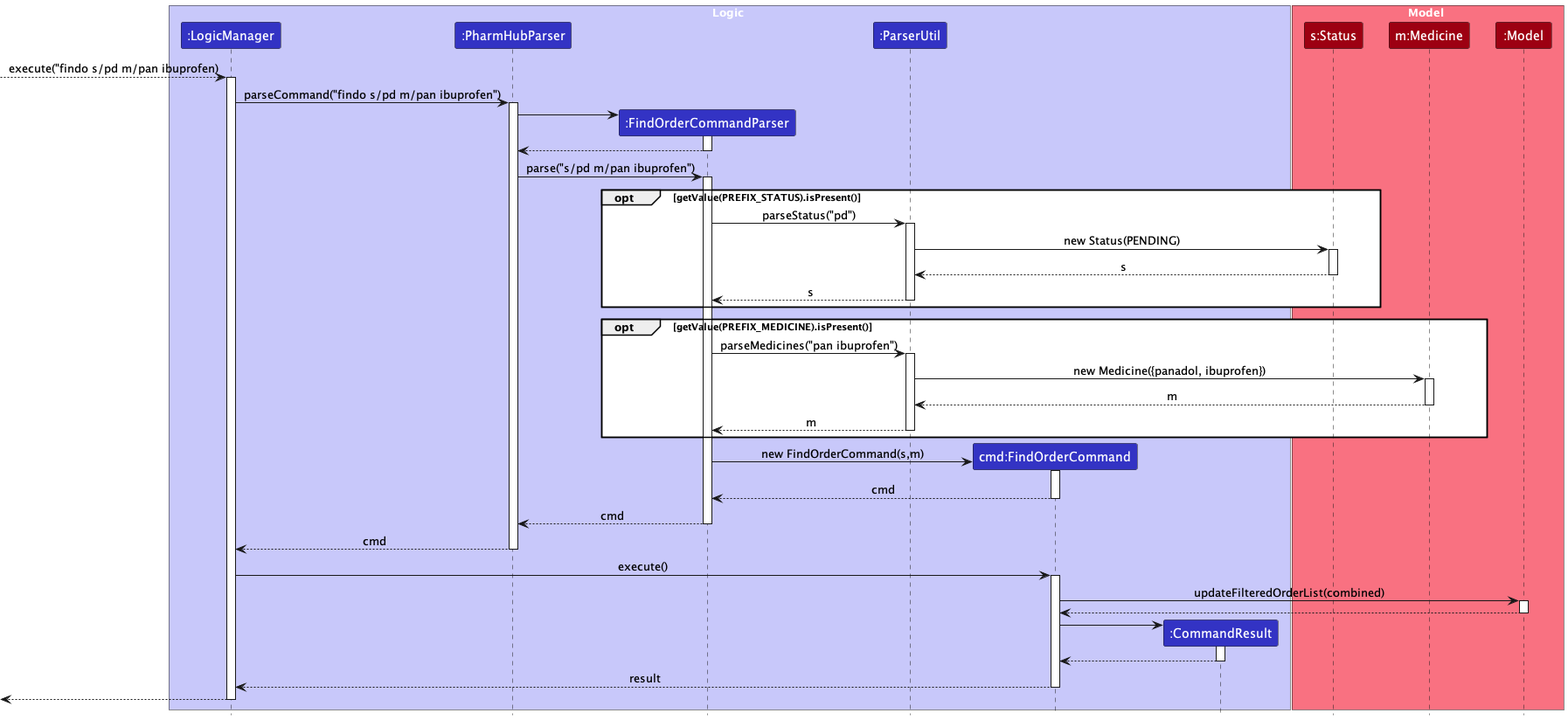
Earlier version of the PlantUML export docs/images/FindoSequenceDiagram.png (timetraveller-123/tp).
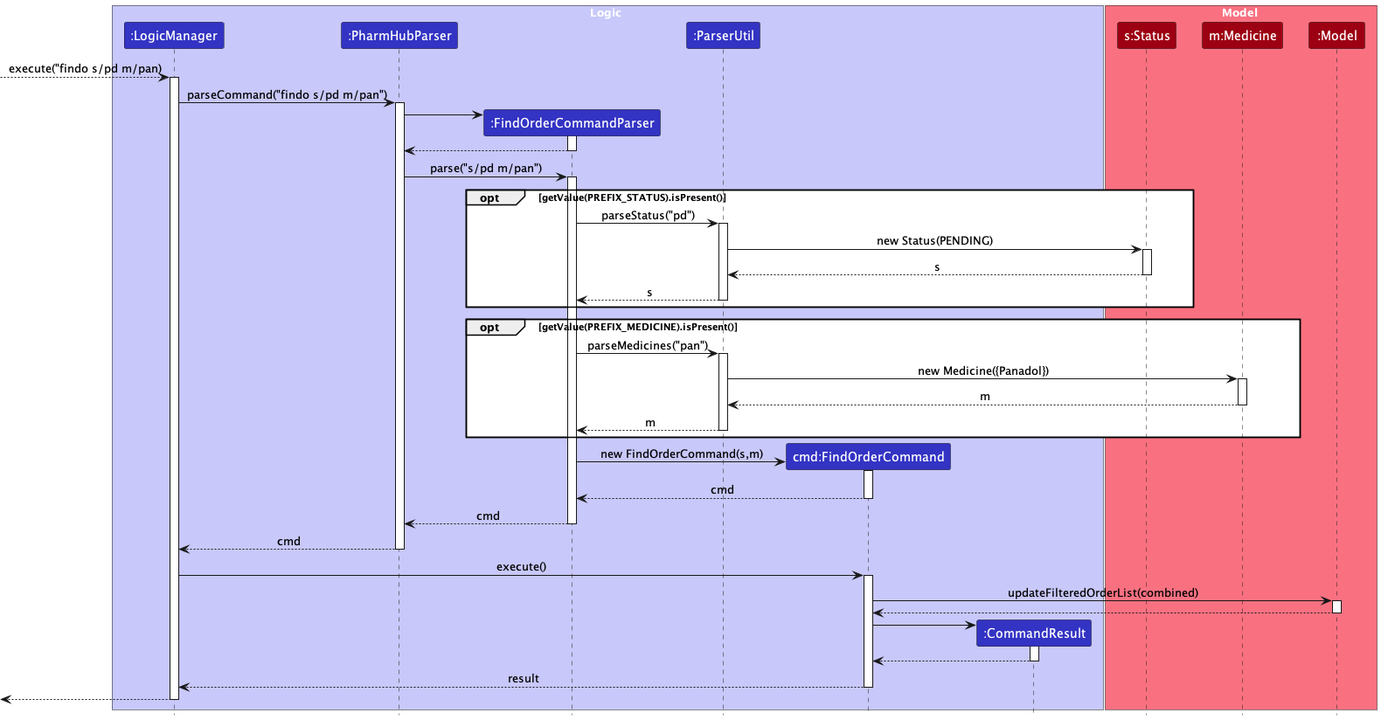
After the commit.

Commit message:
Fix findo sequence diagram

Change to the diagram source:
```diff
@@ -21,10 +21,10 @@
 participant ":Model" as Model MODEL_COLOR
 
 end box
-[--> LogicManager : execute("findo s/pd m/pan ibuprofen)
+[--> LogicManager : execute("findo s/pd m/pan)
 activate LogicManager
 
-LogicManager -> PharmHubParser : parseCommand("findo s/pd m/pan ibuprofen")
+LogicManager -> PharmHubParser : parseCommand("findo s/pd m/pan")
 activate PharmHubParser
 
 create FindOrderCommandParser
@@ -34,7 +34,7 @@
 FindOrderCommandParser --> PharmHubParser
 deactivate FindOrderCommandParser
 
-PharmHubParser -> FindOrderCommandParser : parse("s/pd m/pan ibuprofen")
+PharmHubParser -> FindOrderCommandParser : parse("s/pd m/pan")
 activate FindOrderCommandParser
 
 opt getValue(PREFIX_STATUS).isPresent()
@@ -51,10 +51,10 @@
 end
 
 opt getValue(PREFIX_MEDICINE).isPresent()
-FindOrderCommandParser -> ParserUtil : parseMedicines("pan ibuprofen")
+FindOrderCommandParser -> ParserUtil : parseMedicines("pan")
 activate ParserUtil
 
-ParserUtil -> Medicine : new Medicine({panadol, ibuprofen})
+ParserUtil -> Medicine : new Medicine({Panadol})
 activate Medicine
 
 Medicine --> ParserUtil : m
```
